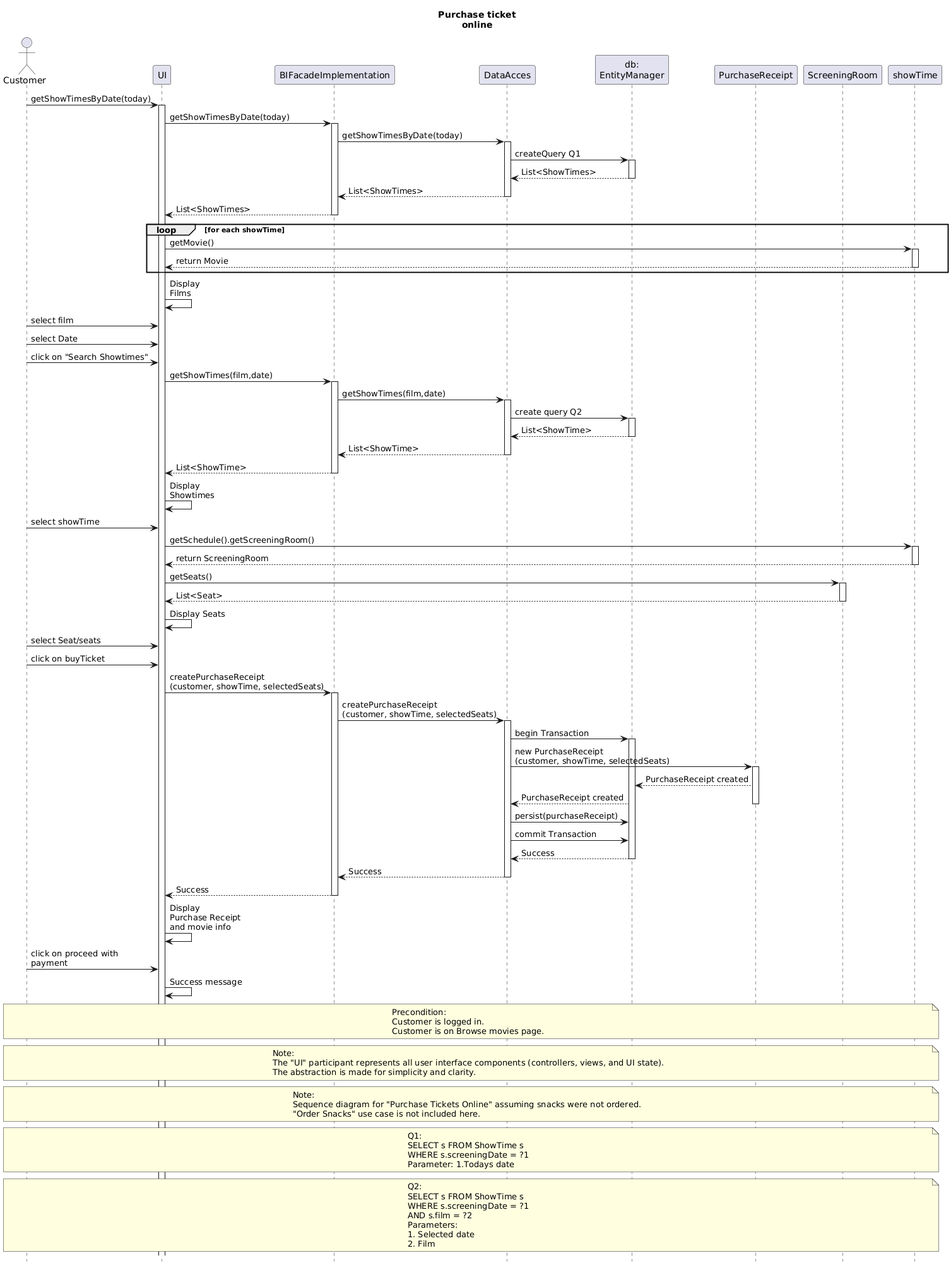
Before: docs/Sequence_Diagram/Sequence_Diagram.png, a diagram exported from PlantUML (BenatErzibengoa/Cinema-app). Its diagram source:
```plantuml
@startuml
title Purchase ticket\nonline
hide footbox

actor Customer
participant UI
participant "BIFacadeImplementation" as BIF
participant "DataAcces" as DA
participant "db:\nEntityManager" as EM
participant "PurchaseReceipt" as PR
participant "ScreeningRoom" as SR
participant "showTime" as ST

Customer -> UI: getShowTimesByDate(today)
activate UI
UI -> BIF: getShowTimesByDate(today)
activate BIF
BIF -> DA: getShowTimesByDate(today)
activate DA
DA -> EM: createQuery Q1
activate EM
EM --> DA: List<ShowTimes>
deactivate EM
DA --> BIF: List<ShowTimes>
deactivate DA
BIF --> UI: List<ShowTimes>
deactivate BIF

loop for each showTime
  UI -> ST: getMovie()
  activate ST
  ST --> UI: return Movie
  deactivate ST
end loop

UI -> UI: Display\nFilms

Customer -> UI: select film
Customer -> UI: select Date
Customer -> UI: click on "Search Showtimes"

UI -> BIF: getShowTimes(film,date)
activate BIF
BIF -> DA: getShowTimes(film,date)
activate DA
DA -> EM: create query Q2
activate EM
EM --> DA: List<ShowTime>
deactivate EM
DA --> BIF: List<ShowTime>
deactivate DA
BIF --> UI: List<ShowTime>
deactivate BIF

UI -> UI: Display\nShowtimes

Customer -> UI: select showTime
UI -> ST: getSchedule().getScreeningRoom()
activate ST
ST --> UI: return ScreeningRoom
deactivate ST

UI -> SR: getSeats()
activate SR
SR --> UI: List<Seat>
deactivate SR

UI -> UI: Display Seats

Customer -> UI: select Seat/seats
Customer -> UI: click on buyTicket

UI -> BIF: createPurchaseReceipt\n(customer, showTime, selectedSeats)
activate BIF
BIF -> DA: createPurchaseReceipt\n(customer, showTime, selectedSeats)
activate DA
DA -> EM: begin Transaction
activate EM
DA -> PR: new PurchaseReceipt\n(customer, showTime, selectedSeats)
activate PR
PR --> EM: PurchaseReceipt created
EM --> DA: PurchaseReceipt created
deactivate PR

DA -> EM: persist(purchaseReceipt)
DA -> EM: commit Transaction
EM --> DA: Success
deactivate EM

DA --> BIF: Success
deactivate DA
BIF --> UI: Success
deactivate BIF

UI -> UI: Display\nPurchase Receipt\nand movie info
Customer -> UI: click on proceed with\npayment
UI -> UI: Success message

note across #lightyellow
Precondition:
Customer is logged in.
Customer is on Browse movies page.
end note

note across #lightyellow
Note:
The "UI" participant represents all user interface components (controllers, views, and UI state).
The abstraction is made for simplicity and clarity.
end note

note across #lightyellow
Note:
Sequence diagram for "Purchase Tickets Online" assuming snacks were not ordered.
"Order Snacks" use case is not included here.
end note

note across #lightyellow
Q1:
SELECT s FROM ShowTime s
WHERE s.screeningDate = ?1
Parameter: 1.Todays date
end note

note across #lightyellow
Q2:
SELECT s FROM ShowTime s
WHERE s.screeningDate = ?1
AND s.film = ?2
Parameters:
1. Selected date
2. Film
end note
@enduml
```
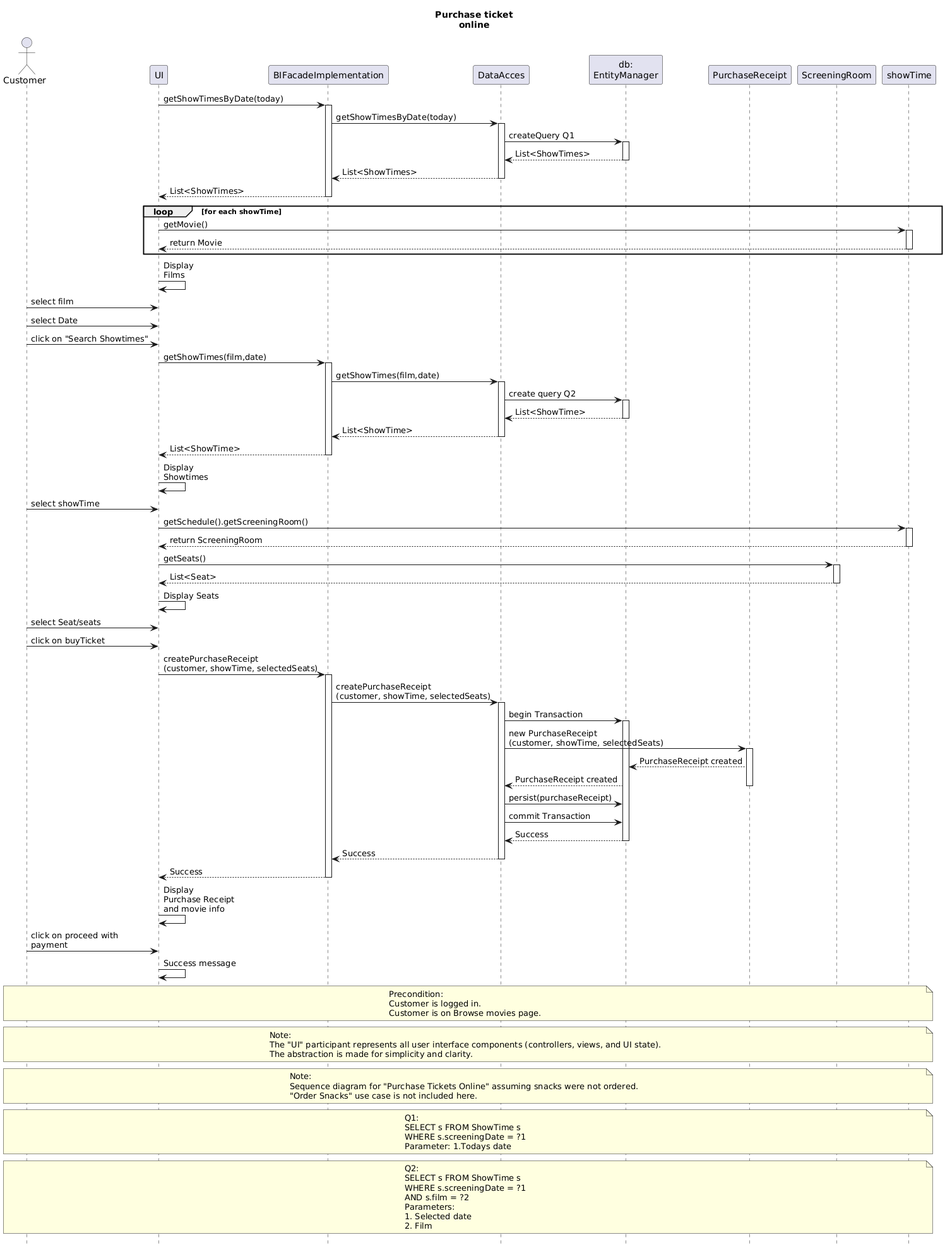
The same file after the commit.

Commit message:
Fix another sequence diagram error

The edit, as a diff of the source:
```diff
@@ -11,8 +11,6 @@
 participant "ScreeningRoom" as SR
 participant "showTime" as ST
 
-Customer -> UI: getShowTimesByDate(today)
-activate UI
 UI -> BIF: getShowTimesByDate(today)
 activate BIF
 BIF -> DA: getShowTimesByDate(today)
```
